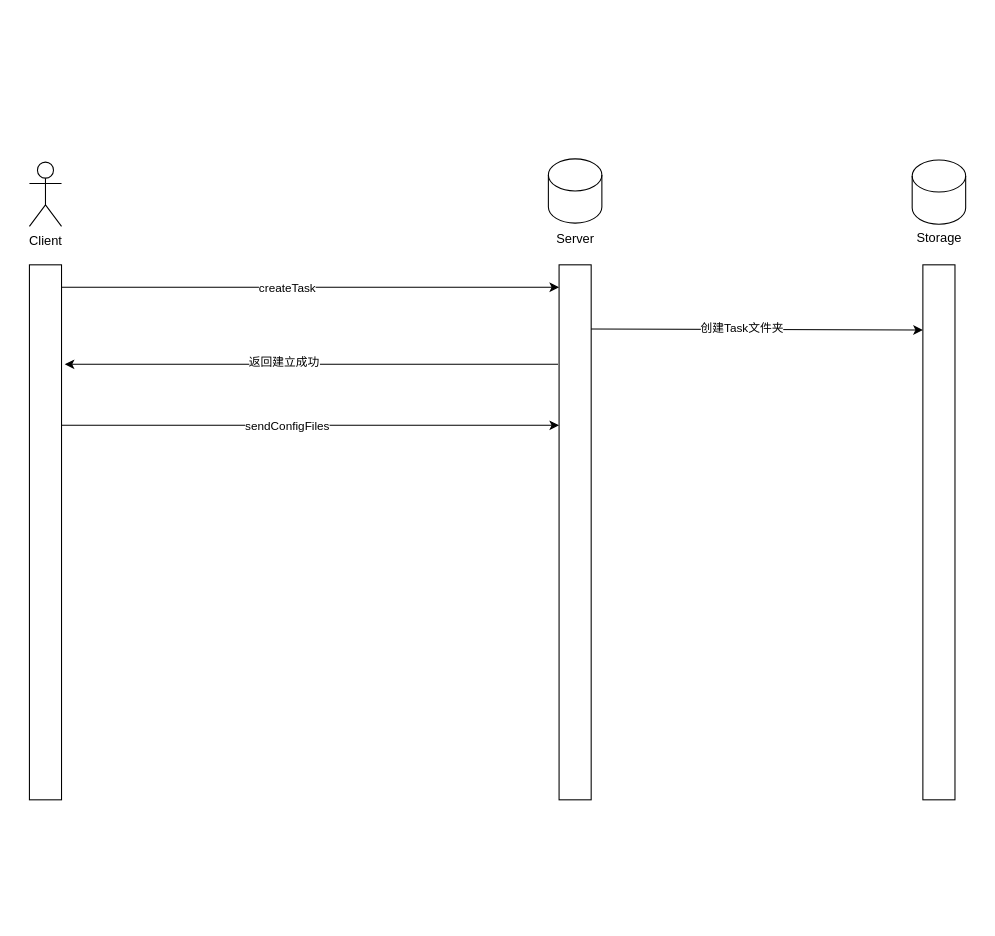
Before: page "pc建图时序图" (2 of 2) of pcMappingInterface.drawio in Jev0987/drawioFile, a draw.io diagram. Source tidied: cells renumbered, new cells numbered last; positions are measured from the earlier drawing's top-left corner, leaving out a move shared by most shapes. Both pictures are drawn from the tidied source at 107%, with x=0, y=0 at pixel (29, 158).
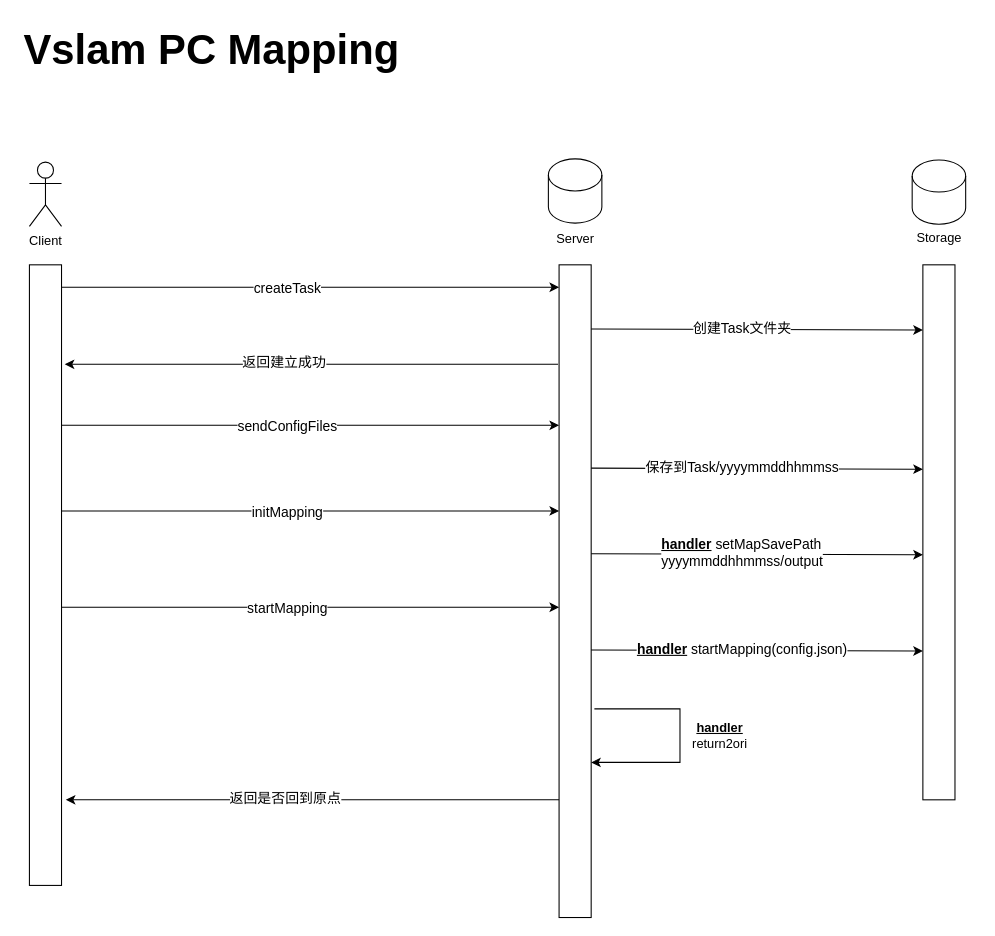
The same diagram, later.

The change refers to these unchanged cells:
```xml
<mxCell id="7" style="endArrow=classic;html=1;rounded=0;exitX=1;exitY=0;exitDx=0;exitDy=0;entryX=0;entryY=0;entryDx=0;entryDy=0;" parent="1" edge="1">
  <mxGeometry relative="1" as="geometry">
    <mxPoint x="30" y="120" as="sourcePoint" />
    <mxPoint x="495" y="120" as="targetPoint" />
  </mxGeometry>
</mxCell>
<mxCell id="12" style="endArrow=classic;html=1;rounded=0;exitX=1;exitY=0;exitDx=0;exitDy=0;entryX=0;entryY=0.122;entryDx=0;entryDy=0;entryPerimeter=0;" parent="1" edge="1" target="11">
  <mxGeometry relative="1" as="geometry">
    <mxPoint x="525" y="159" as="sourcePoint" />
  </mxGeometry>
</mxCell>
<mxCell id="14" style="endArrow=classic;html=1;rounded=0;" parent="1" edge="1">
  <mxGeometry relative="1" as="geometry">
    <mxPoint x="494" y="192" as="sourcePoint" />
    <mxPoint x="33" y="192" as="targetPoint" />
  </mxGeometry>
</mxCell>
<mxCell id="16" style="endArrow=classic;html=1;rounded=0;exitX=1;exitY=0;exitDx=0;exitDy=0;entryX=0;entryY=0;entryDx=0;entryDy=0;" parent="1" edge="1">
  <mxGeometry relative="1" as="geometry">
    <mxPoint x="30" y="249" as="sourcePoint" />
    <mxPoint x="495" y="249" as="targetPoint" />
  </mxGeometry>
</mxCell>
```

The edit, as a diff of the source:
```diff
@@
     <mxCell id="5" style="rounded=0;whiteSpace=wrap;html=1;" parent="1" vertex="1">
-      <mxGeometry y="99" width="30" height="500" as="geometry" />
+      <mxGeometry y="99" width="30" height="580" as="geometry" />
     </mxCell>
     <mxCell id="6" style="rounded=0;whiteSpace=wrap;html=1;" parent="1" vertex="1">
-      <mxGeometry x="495" y="99" width="30" height="500" as="geometry" />
+      <mxGeometry x="495" y="99" width="30" height="610" as="geometry" />
     </mxCell>
@@
-    <mxCell id="8" value="createTask" style="edgeLabel;html=1;align=center;verticalAlign=middle;" parent="7" vertex="1">
+    <mxCell id="8" value="createTask" style="edgeLabel;html=1;align=center;verticalAlign=middle;fontSize=13;" parent="7" vertex="1">
       <mxGeometry x="0.18" y="-4" relative="1" as="geometry">
         <mxPoint x="-64" y="-4" as="offset" />
       </mxGeometry>
     </mxCell>
@@
-    <mxCell id="13" value="创建Task文件夹" style="edgeLabel;html=1;align=center;verticalAlign=middle;" parent="12" vertex="1">
+    <mxCell id="13" value="创建Task文件夹" style="edgeLabel;html=1;align=center;verticalAlign=middle;fontSize=13;" parent="12" vertex="1">
       <mxGeometry x="-0.1" y="2" relative="1" as="geometry" />
     </mxCell>
@@
-    <mxCell id="15" value="返回建立成功" style="edgeLabel;html=1;align=center;verticalAlign=middle;" parent="14" vertex="1">
+    <mxCell id="15" value="返回建立成功" style="edgeLabel;html=1;align=center;verticalAlign=middle;fontSize=13;" parent="14" vertex="1">
       <mxGeometry x="0.18" y="-4" relative="1" as="geometry">
         <mxPoint x="15" y="1" as="offset" />
       </mxGeometry>
     </mxCell>
@@
-    <mxCell id="17" value="sendConfigFiles" style="edgeLabel;html=1;align=center;verticalAlign=middle;" parent="16" vertex="1">
+    <mxCell id="17" value="sendConfigFiles" style="edgeLabel;html=1;align=center;verticalAlign=middle;fontSize=13;" parent="16" vertex="1">
       <mxGeometry x="0.18" y="-4" relative="1" as="geometry">
         <mxPoint x="-64" y="-4" as="offset" />
       </mxGeometry>
     </mxCell>
+    <mxCell id="18" style="endArrow=classic;html=1;rounded=0;exitX=1;exitY=0;exitDx=0;exitDy=0;entryX=0;entryY=0.122;entryDx=0;entryDy=0;entryPerimeter=0;" parent="1" edge="1">
+      <mxGeometry relative="1" as="geometry">
+        <mxPoint x="525" y="289" as="sourcePoint" />
+        <mxPoint x="835" y="290" as="targetPoint" />
+      </mxGeometry>
+    </mxCell>
+    <mxCell id="19" value="&lt;div style=&quot;text-align: start; font-size: 13px;&quot;&gt;保存到Task/yyyymmddhhmmss&lt;/div&gt;" style="edgeLabel;html=1;align=center;verticalAlign=middle;fontSize=13;" parent="18" vertex="1">
+      <mxGeometry x="-0.1" y="2" relative="1" as="geometry" />
+    </mxCell>
+    <mxCell id="20" style="endArrow=classic;html=1;rounded=0;exitX=1;exitY=0;exitDx=0;exitDy=0;entryX=0;entryY=0;entryDx=0;entryDy=0;" parent="1" edge="1">
+      <mxGeometry relative="1" as="geometry">
+        <mxPoint x="30" y="329" as="sourcePoint" />
+        <mxPoint x="495" y="329" as="targetPoint" />
+      </mxGeometry>
+    </mxCell>
+    <mxCell id="21" value="initMapping" style="edgeLabel;html=1;align=center;verticalAlign=middle;fontSize=13;" parent="20" vertex="1">
+      <mxGeometry x="0.18" y="-4" relative="1" as="geometry">
+        <mxPoint x="-64" y="-4" as="offset" />
+      </mxGeometry>
+    </mxCell>
+    <mxCell id="22" value="Vslam PC Mapping" style="text;html=1;align=center;verticalAlign=middle;strokeColor=none;fillColor=none;fontSize=39;fontStyle=1;" parent="1" vertex="1">
+      <mxGeometry x="-10" y="-131" width="360" height="60" as="geometry" />
+    </mxCell>
+    <mxCell id="23" style="endArrow=classic;html=1;rounded=0;exitX=1;exitY=0;exitDx=0;exitDy=0;entryX=0;entryY=0;entryDx=0;entryDy=0;" parent="1" edge="1">
+      <mxGeometry relative="1" as="geometry">
+        <mxPoint x="30" y="419" as="sourcePoint" />
+        <mxPoint x="495" y="419" as="targetPoint" />
+      </mxGeometry>
+    </mxCell>
+    <mxCell id="24" value="startMapping" style="edgeLabel;html=1;align=center;verticalAlign=middle;fontSize=13;" parent="23" vertex="1">
+      <mxGeometry x="0.18" y="-4" relative="1" as="geometry">
+        <mxPoint x="-64" y="-4" as="offset" />
+      </mxGeometry>
+    </mxCell>
+    <mxCell id="25" style="endArrow=classic;html=1;rounded=0;" parent="1" edge="1">
+      <mxGeometry relative="1" as="geometry">
+        <mxPoint x="528" y="514" as="sourcePoint" />
+        <mxPoint x="525" y="564" as="targetPoint" />
+        <Array as="points">
+          <mxPoint x="608" y="514" />
+          <mxPoint x="608" y="564" />
+        </Array>
+      </mxGeometry>
+    </mxCell>
+    <mxCell id="26" value="&lt;b&gt;&lt;u&gt;handler &lt;/u&gt;&lt;/b&gt;&lt;br&gt;return2ori" style="text;html=1;align=center;verticalAlign=middle;strokeColor=none;fillColor=none;" parent="1" vertex="1">
+      <mxGeometry x="610" y="519" width="70" height="40" as="geometry" />
+    </mxCell>
+    <mxCell id="27" style="endArrow=classic;html=1;rounded=0;exitX=1;exitY=0;exitDx=0;exitDy=0;entryX=0;entryY=0.122;entryDx=0;entryDy=0;entryPerimeter=0;" parent="1" edge="1">
+      <mxGeometry relative="1" as="geometry">
+        <mxPoint x="525" y="369" as="sourcePoint" />
+        <mxPoint x="835" y="370" as="targetPoint" />
+      </mxGeometry>
+    </mxCell>
+    <mxCell id="28" value="&lt;div style=&quot;text-align: start; font-size: 13px;&quot;&gt;&lt;b&gt;&lt;u&gt;handler&lt;/u&gt;&lt;/b&gt; setMapSavePath&lt;br style=&quot;font-size: 13px;&quot;&gt;yyyymmddhhmmss/output&lt;/div&gt;" style="edgeLabel;html=1;align=center;verticalAlign=middle;fontSize=13;" parent="27" vertex="1">
+      <mxGeometry x="-0.1" y="2" relative="1" as="geometry" />
+    </mxCell>
+    <mxCell id="29" style="endArrow=classic;html=1;rounded=0;exitX=1;exitY=0;exitDx=0;exitDy=0;entryX=0;entryY=0.122;entryDx=0;entryDy=0;entryPerimeter=0;" parent="1" edge="1">
+      <mxGeometry relative="1" as="geometry">
+        <mxPoint x="525" y="459" as="sourcePoint" />
+        <mxPoint x="835" y="460" as="targetPoint" />
+      </mxGeometry>
+    </mxCell>
+    <mxCell id="30" value="&lt;div style=&quot;text-align: start; font-size: 13px;&quot;&gt;&lt;b&gt;&lt;u&gt;handler&lt;/u&gt;&lt;/b&gt; startMapping(config.json)&lt;/div&gt;" style="edgeLabel;html=1;align=center;verticalAlign=middle;fontSize=13;" parent="29" vertex="1">
+      <mxGeometry x="-0.1" y="2" relative="1" as="geometry" />
+    </mxCell>
+    <mxCell id="31" style="endArrow=classic;html=1;rounded=0;" parent="1" edge="1">
+      <mxGeometry relative="1" as="geometry">
+        <mxPoint x="495" y="599" as="sourcePoint" />
+        <mxPoint x="34" y="599" as="targetPoint" />
+      </mxGeometry>
+    </mxCell>
+    <mxCell id="32" value="返回是否回到原点" style="edgeLabel;html=1;align=center;verticalAlign=middle;fontSize=13;" parent="31" vertex="1">
+      <mxGeometry x="0.18" y="-4" relative="1" as="geometry">
+        <mxPoint x="15" y="1" as="offset" />
+      </mxGeometry>
+    </mxCell>
```
